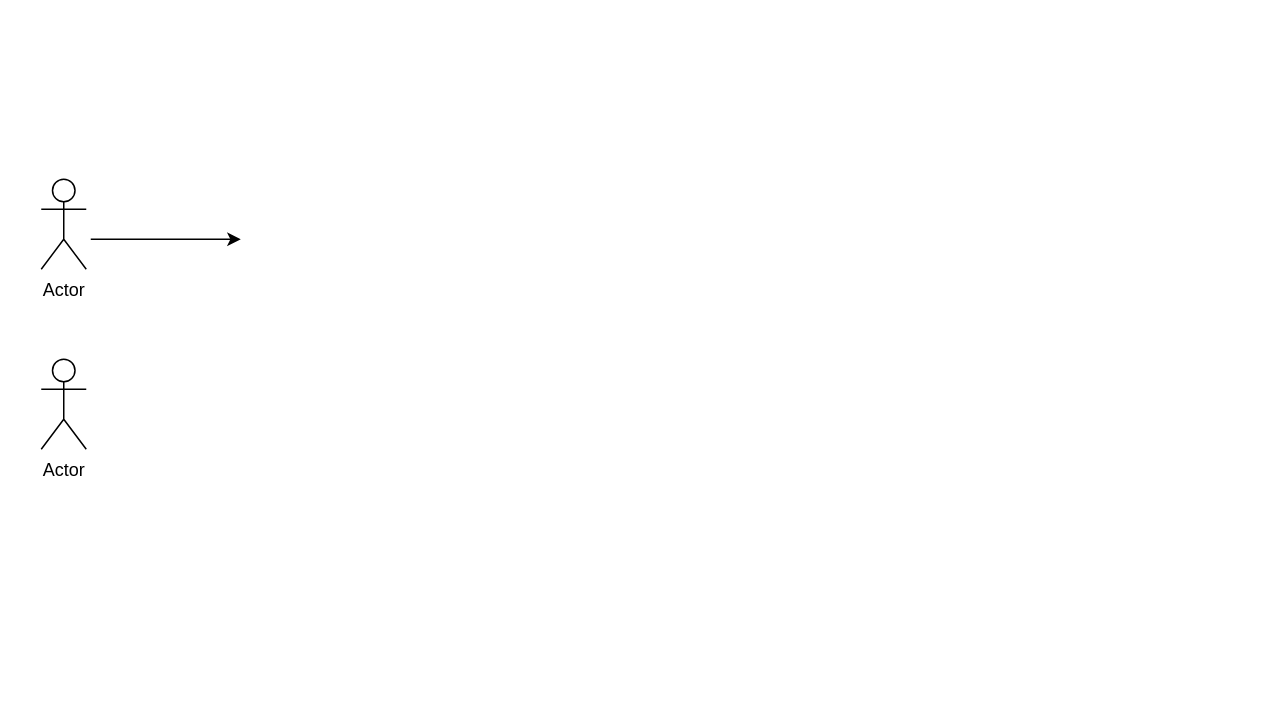
Earlier version of the draw.io diagram Untitled Diagram.drawio (nitya-nalamari/hospital-buddy). Source tidied: cells renumbered, new cells numbered last; positions are measured from the earlier drawing's top-left corner, leaving out a move shared by most shapes. Both pictures are drawn from the tidied source at 150%, with x=0, y=0 at pixel (40, 178).
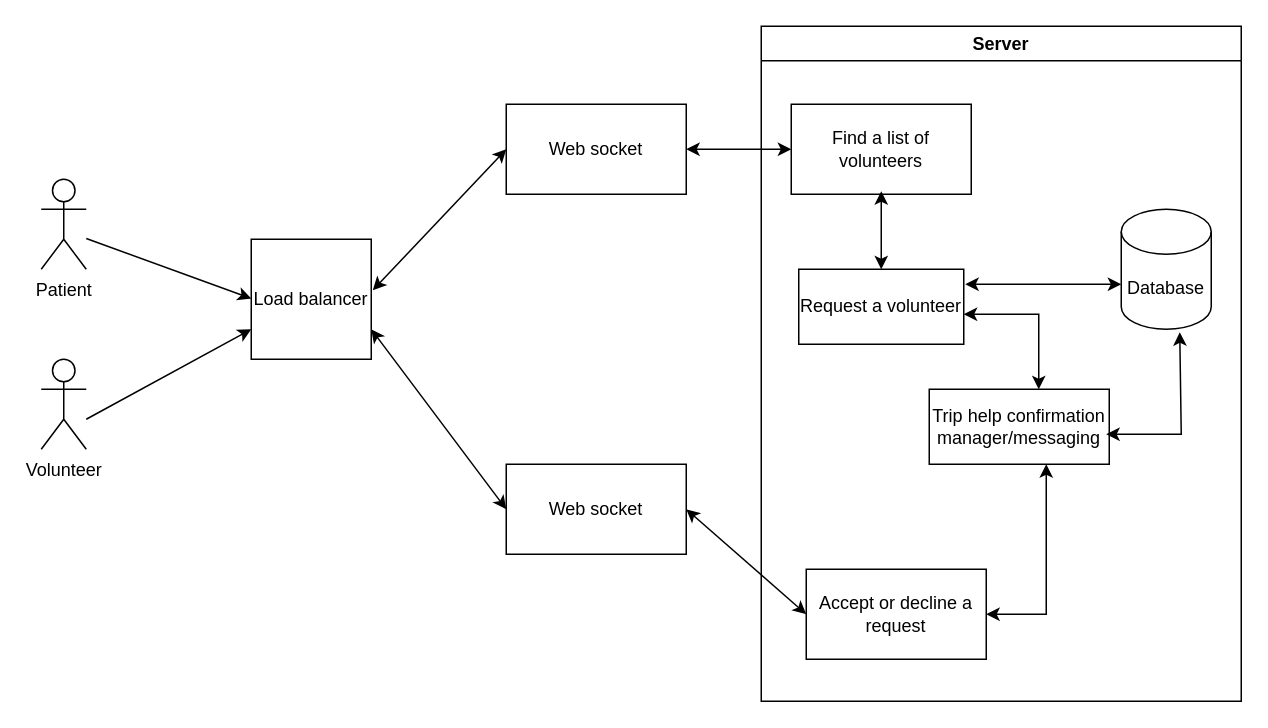
Above is the later version.

What changed in the source:
```diff
@@
-    <mxCell id="2" value="Actor" style="shape=umlActor;verticalLabelPosition=bottom;verticalAlign=top;html=1;" parent="1" vertex="1">
+    <mxCell id="2" value="Patient" style="shape=umlActor;verticalLabelPosition=bottom;verticalAlign=top;html=1;" parent="1" vertex="1">
       <mxGeometry width="30" height="60" as="geometry" />
     </mxCell>
-    <mxCell id="3" value="Actor" style="shape=umlActor;verticalLabelPosition=bottom;verticalAlign=top;html=1;" parent="1" vertex="1">
+    <mxCell id="3" value="Volunteer" style="shape=umlActor;verticalLabelPosition=bottom;verticalAlign=top;html=1;" parent="1" vertex="1">
       <mxGeometry y="120" width="30" height="60" as="geometry" />
     </mxCell>
-    <mxCell id="4" style="endArrow=classic;html=1;rounded=0;" parent="1" edge="1">
+    <mxCell id="4" style="endArrow=classic;html=1;rounded=0;entryX=0;entryY=0.494;entryDx=0;entryDy=0;entryPerimeter=0;" parent="1" edge="1" target="7">
       <mxGeometry relative="1" as="geometry">
-        <mxPoint x="33" y="40" as="sourcePoint" />
-        <mxPoint x="133" y="40" as="targetPoint" />
+        <mxPoint x="30" y="39.5" as="sourcePoint" />
       </mxGeometry>
     </mxCell>
+    <mxCell id="5" value="Database" style="shape=cylinder3;whiteSpace=wrap;html=1;boundedLbl=1;backgroundOutline=1;size=15;" parent="1" vertex="1">
+      <mxGeometry x="720" y="20" width="60" height="80" as="geometry" />
+    </mxCell>
+    <mxCell id="6" style="endArrow=classic;html=1;rounded=0;entryX=0;entryY=0.75;entryDx=0;entryDy=0;" parent="1" edge="1" target="7">
+      <mxGeometry relative="1" as="geometry">
+        <mxPoint x="30" y="160" as="sourcePoint" />
+      </mxGeometry>
+    </mxCell>
+    <mxCell id="7" value="Load balancer" style="whiteSpace=wrap;html=1;" parent="1" vertex="1">
+      <mxGeometry x="140" y="40" width="80" height="80" as="geometry" />
+    </mxCell>
+    <mxCell id="8" value="Web socket" style="rounded=0;whiteSpace=wrap;html=1;" parent="1" vertex="1">
+      <mxGeometry x="310" y="190" width="120" height="60" as="geometry" />
+    </mxCell>
+    <mxCell id="9" value="Web socket" style="rounded=0;whiteSpace=wrap;html=1;" parent="1" vertex="1">
+      <mxGeometry x="310" y="-50" width="120" height="60" as="geometry" />
+    </mxCell>
+    <mxCell id="10" style="endArrow=classic;startArrow=classic;html=1;rounded=0;entryX=0;entryY=0.5;entryDx=0;entryDy=0;exitX=1.013;exitY=0.425;exitDx=0;exitDy=0;exitPerimeter=0;" parent="1" edge="1" source="7" target="9">
+      <mxGeometry relative="1" as="geometry" />
+    </mxCell>
+    <mxCell id="11" style="endArrow=classic;startArrow=classic;html=1;rounded=0;entryX=0;entryY=0.5;entryDx=0;entryDy=0;exitX=1;exitY=0.75;exitDx=0;exitDy=0;" parent="1" edge="1" source="7" target="8">
+      <mxGeometry relative="1" as="geometry" />
+    </mxCell>
+    <mxCell id="12" value="Find a list of volunteers" style="rounded=0;whiteSpace=wrap;html=1;" parent="1" vertex="1">
+      <mxGeometry x="500" y="-50" width="120" height="60" as="geometry" />
+    </mxCell>
+    <mxCell id="13" style="endArrow=classic;startArrow=classic;html=1;rounded=0;entryX=0;entryY=0.5;entryDx=0;entryDy=0;" parent="1" edge="1" target="12">
+      <mxGeometry relative="1" as="geometry">
+        <mxPoint x="430" y="-20" as="sourcePoint" />
+      </mxGeometry>
+    </mxCell>
+    <mxCell id="14" style="endArrow=classic;startArrow=classic;html=1;rounded=0;entryX=0;entryY=0.5;entryDx=0;entryDy=0;" parent="1" edge="1" target="15">
+      <mxGeometry relative="1" as="geometry">
+        <mxPoint x="430" y="220" as="sourcePoint" />
+      </mxGeometry>
+    </mxCell>
+    <mxCell id="15" value="Accept or decline a request" style="rounded=0;whiteSpace=wrap;html=1;" parent="1" vertex="1">
+      <mxGeometry x="510" y="260" width="120" height="60" as="geometry" />
+    </mxCell>
+    <mxCell id="16" style="endArrow=classic;startArrow=classic;html=1;rounded=0;exitX=0.5;exitY=1;exitDx=0;exitDy=0;" parent="1" edge="1">
+      <mxGeometry relative="1" as="geometry">
+        <mxPoint x="560" y="8" as="sourcePoint" />
+        <mxPoint x="560" y="60" as="targetPoint" />
+      </mxGeometry>
+    </mxCell>
+    <mxCell id="17" value="Request a volunteer" style="rounded=0;whiteSpace=wrap;html=1;" parent="1" vertex="1">
+      <mxGeometry x="505" y="60" width="110" height="50" as="geometry" />
+    </mxCell>
+    <mxCell id="18" value="Trip help confirmation manager/messaging" style="rounded=0;whiteSpace=wrap;html=1;" parent="1" vertex="1">
+      <mxGeometry x="592" y="140" width="120" height="50" as="geometry" />
+    </mxCell>
+    <mxCell id="19" style="endArrow=classic;startArrow=classic;html=1;rounded=0;" parent="1" edge="1">
+      <mxGeometry relative="1" as="geometry">
+        <mxPoint x="615" y="90" as="sourcePoint" />
+        <mxPoint x="665" y="140" as="targetPoint" />
+        <Array as="points">
+          <mxPoint x="665" y="90" />
+        </Array>
+      </mxGeometry>
+    </mxCell>
+    <mxCell id="20" style="endArrow=classic;startArrow=classic;html=1;rounded=0;entryX=0.65;entryY=1.025;entryDx=0;entryDy=0;entryPerimeter=0;" parent="1" edge="1" target="5">
+      <mxGeometry relative="1" as="geometry">
+        <mxPoint x="710" y="170" as="sourcePoint" />
+        <Array as="points">
+          <mxPoint x="760" y="170" />
+        </Array>
+      </mxGeometry>
+    </mxCell>
+    <mxCell id="21" value="Server" style="swimlane;whiteSpace=wrap;html=1;" parent="1" vertex="1">
+      <mxGeometry x="480" y="-102" width="320" height="450" as="geometry" />
+    </mxCell>
+    <mxCell id="22" style="endArrow=classic;startArrow=classic;html=1;rounded=0;" parent="21" edge="1">
+      <mxGeometry relative="1" as="geometry">
+        <mxPoint x="136" y="172" as="sourcePoint" />
+        <mxPoint x="240" y="172" as="targetPoint" />
+      </mxGeometry>
+    </mxCell>
+    <mxCell id="23" style="endArrow=classic;startArrow=classic;html=1;rounded=0;" parent="21" edge="1">
+      <mxGeometry relative="1" as="geometry">
+        <mxPoint x="150" y="392" as="sourcePoint" />
+        <mxPoint x="190" y="292" as="targetPoint" />
+        <Array as="points">
+          <mxPoint x="190" y="392" />
+        </Array>
+      </mxGeometry>
+    </mxCell>
```
